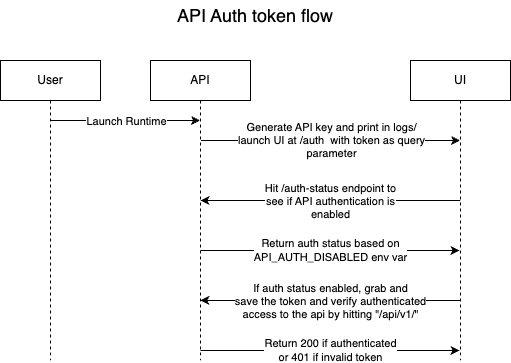
Above: design-docs/images/api-auth-flow.png in defenseunicorns/uds-runtime (draw.io), before the change. Source tidied: cells renumbered, new cells last; positions are measured from the earlier drawing's top-left corner, leaving out a move shared by most shapes. The source it was exported from:
```xml
<mxGraphModel>
  <root>
    <mxCell id="0" />
    <mxCell id="1" parent="0" />
    <mxCell id="2" value="API" style="shape=umlLifeline;perimeter=lifelinePerimeter;whiteSpace=wrap;html=1;outlineConnect=0;portConstraint=eastwest;newEdgeStyle={&quot;edgeStyle&quot;:&quot;elbowEdgeStyle&quot;,&quot;elbow&quot;:&quot;vertical&quot;,&quot;curved&quot;:0,&quot;rounded&quot;:0};" parent="1" vertex="1">
      <mxGeometry x="150" y="60" width="100" height="300" as="geometry" />
    </mxCell>
    <mxCell id="3" value="UI" style="shape=umlLifeline;perimeter=lifelinePerimeter;whiteSpace=wrap;html=1;outlineConnect=0;portConstraint=eastwest;newEdgeStyle={&quot;edgeStyle&quot;:&quot;elbowEdgeStyle&quot;,&quot;elbow&quot;:&quot;vertical&quot;,&quot;curved&quot;:0,&quot;rounded&quot;:0};" parent="1" vertex="1">
      <mxGeometry x="410" y="60" width="100" height="300" as="geometry" />
    </mxCell>
    <mxCell id="4" value="User" style="shape=umlLifeline;perimeter=lifelinePerimeter;whiteSpace=wrap;html=1;newEdgeStyle={&quot;edgeStyle&quot;:&quot;elbowEdgeStyle&quot;,&quot;elbow&quot;:&quot;vertical&quot;,&quot;curved&quot;:0,&quot;rounded&quot;:0};" parent="1" vertex="1">
      <mxGeometry y="60" width="100" height="300" as="geometry" />
    </mxCell>
    <mxCell id="5" style="endArrow=classic;html=1;rounded=0;" parent="1" edge="1" target="2">
      <mxGeometry relative="1" as="geometry">
        <mxPoint x="50" y="120" as="sourcePoint" />
      </mxGeometry>
    </mxCell>
    <mxCell id="6" value="Launch Runtime" style="edgeLabel;html=1;align=center;verticalAlign=middle;" parent="5" vertex="1">
      <mxGeometry relative="1" as="geometry" />
    </mxCell>
    <mxCell id="7" value="Generate API key and print in logs/&lt;br&gt;launch UI at /auth&amp;nbsp; with token as query&lt;br&gt;parameter" style="endArrow=classic;html=1;rounded=0;" parent="1" edge="1" target="3">
      <mxGeometry relative="1" as="geometry">
        <mxPoint x="200.5" y="140" as="sourcePoint" />
      </mxGeometry>
    </mxCell>
    <mxCell id="8" value="&lt;span style=&quot;color: rgba(0, 0, 0, 0); font-family: monospace; font-size: 0px; text-align: start; background-color: rgb(248, 249, 250);&quot;&gt;%3CmxGraphModel%3E%3Croot%3E%3CmxCell%20id%3D%220%22%2F%3E%3CmxCell%20id%3D%221%22%20parent%3D%220%22%2F%3E%3CmxCell%20id%3D%222%22%20value%3D%22%22%20style%3D%22endArrow%3Dclassic%3Bhtml%3D1%3Brounded%3D0%3B%22%20edge%3D%221%22%20parent%3D%221%22%3E%3CmxGeometry%20relative%3D%221%22%20as%3D%22geometry%22%3E%3CmxPoint%20x%3D%2290%22%20y%3D%22100%22%20as%3D%22sourcePoint%22%2F%3E%3CmxPoint%20x%3D%22309.5%22%20y%3D%22100%22%20as%3D%22targetPoint%22%2F%3E%3C%2FmxGeometry%3E%3C%2FmxCell%3E%3CmxCell%20id%3D%223%22%20value%3D%22Launch%20Runtime%22%20style%3D%22edgeLabel%3Bresizable%3D0%3Bhtml%3D1%3Balign%3Dcenter%3BverticalAlign%3Dmiddle%3B%22%20connectable%3D%220%22%20vertex%3D%221%22%20parent%3D%222%22%3E%3CmxGeometry%20relative%3D%221%22%20as%3D%22geometry%22%2F%3E%3C%2FmxCell%3E%3C%2Froot%3E%3C%2FmxGraphModel%3L&lt;/span&gt;" style="edgeLabel;html=1;align=center;verticalAlign=middle;" parent="7" vertex="1">
      <mxGeometry relative="1" as="geometry" />
    </mxCell>
    <mxCell id="9" style="endArrow=classic;html=1;rounded=0;" parent="1" edge="1">
      <mxGeometry relative="1" as="geometry">
        <mxPoint x="459.5" y="300" as="sourcePoint" />
        <mxPoint x="199.8" y="300" as="targetPoint" />
        <Array as="points">
          <mxPoint x="430" y="300" />
        </Array>
      </mxGeometry>
    </mxCell>
    <mxCell id="10" value="If auth status enabled, grab and &lt;br&gt;save the token and verify authenticated &lt;br&gt;access to the api by hitting &quot;/api/v1/&quot;" style="edgeLabel;html=1;align=center;verticalAlign=middle;" parent="9" vertex="1">
      <mxGeometry relative="1" as="geometry" />
    </mxCell>
    <mxCell id="11" value="Return 200 if authenticated &lt;br&gt;or 401 if invalid token" style="endArrow=classic;html=1;rounded=0;" parent="1" edge="1">
      <mxGeometry relative="1" as="geometry">
        <mxPoint x="200" y="350" as="sourcePoint" />
        <mxPoint x="459" y="350" as="targetPoint" />
      </mxGeometry>
    </mxCell>
    <mxCell id="12" value="&lt;span style=&quot;color: rgba(0, 0, 0, 0); font-family: monospace; font-size: 0px; text-align: start; background-color: rgb(248, 249, 250);&quot;&gt;%3CmxGraphModel%3E%3Croot%3E%3CmxCell%20id%3D%220%22%2F%3E%3CmxCell%20id%3D%221%22%20parent%3D%220%22%2F%3E%3CmxCell%20id%3D%222%22%20value%3D%22%22%20style%3D%22endArrow%3Dclassic%3Bhtml%3D1%3Brounded%3D0%3B%22%20edge%3D%221%22%20parent%3D%221%22%3E%3CmxGeometry%20relative%3D%221%22%20as%3D%22geometry%22%3E%3CmxPoint%20x%3D%2290%22%20y%3D%22100%22%20as%3D%22sourcePoint%22%2F%3E%3CmxPoint%20x%3D%22309.5%22%20y%3D%22100%22%20as%3D%22targetPoint%22%2F%3E%3C%2FmxGeometry%3E%3C%2FmxCell%3E%3CmxCell%20id%3D%223%22%20value%3D%22Launch%20Runtime%22%20style%3D%22edgeLabel%3Bresizable%3D0%3Bhtml%3D1%3Balign%3Dcenter%3BverticalAlign%3Dmiddle%3B%22%20connectable%3D%220%22%20vertex%3D%221%22%20parent%3D%222%22%3E%3CmxGeometry%20relative%3D%221%22%20as%3D%22geometry%22%2F%3E%3C%2FmxCell%3E%3C%2Froot%3E%3C%2FmxGraphModel%3L&lt;/span&gt;" style="edgeLabel;html=1;align=center;verticalAlign=middle;" parent="11" vertex="1">
      <mxGeometry relative="1" as="geometry" />
    </mxCell>
    <mxCell id="13" value="API Auth token flow" style="text;html=1;align=center;verticalAlign=middle;whiteSpace=wrap;rounded=0;fontSize=18;" parent="1" vertex="1">
      <mxGeometry x="140" width="230" height="30" as="geometry" />
    </mxCell>
    <mxCell id="14" style="endArrow=classic;html=1;rounded=0;" parent="1" edge="1">
      <mxGeometry relative="1" as="geometry">
        <mxPoint x="459.7" y="200" as="sourcePoint" />
        <mxPoint x="200" y="200" as="targetPoint" />
        <Array as="points">
          <mxPoint x="430.2" y="200" />
        </Array>
      </mxGeometry>
    </mxCell>
    <mxCell id="15" value="Hit /auth-status endpoint to&lt;br&gt;see if API authentication is&lt;br&gt;enabled" style="edgeLabel;html=1;align=center;verticalAlign=middle;" parent="14" vertex="1">
      <mxGeometry relative="1" as="geometry" />
    </mxCell>
    <mxCell id="16" value="Return auth status based on &lt;br&gt;API_AUTH_DISABLED env var" style="endArrow=classic;html=1;rounded=0;" parent="1" edge="1">
      <mxGeometry relative="1" as="geometry">
        <mxPoint x="200" y="250" as="sourcePoint" />
        <mxPoint x="459" y="250" as="targetPoint" />
      </mxGeometry>
    </mxCell>
    <mxCell id="17" value="&lt;span style=&quot;color: rgba(0, 0, 0, 0); font-family: monospace; font-size: 0px; text-align: start; background-color: rgb(248, 249, 250);&quot;&gt;%3CmxGraphModel%3E%3Croot%3E%3CmxCell%20id%3D%220%22%2F%3E%3CmxCell%20id%3D%221%22%20parent%3D%220%22%2F%3E%3CmxCell%20id%3D%222%22%20value%3D%22%22%20style%3D%22endArrow%3Dclassic%3Bhtml%3D1%3Brounded%3D0%3B%22%20edge%3D%221%22%20parent%3D%221%22%3E%3CmxGeometry%20relative%3D%221%22%20as%3D%22geometry%22%3E%3CmxPoint%20x%3D%2290%22%20y%3D%22100%22%20as%3D%22sourcePoint%22%2F%3E%3CmxPoint%20x%3D%22309.5%22%20y%3D%22100%22%20as%3D%22targetPoint%22%2F%3E%3C%2FmxGeometry%3E%3C%2FmxCell%3E%3CmxCell%20id%3D%223%22%20value%3D%22Launch%20Runtime%22%20style%3D%22edgeLabel%3Bresizable%3D0%3Bhtml%3D1%3Balign%3Dcenter%3BverticalAlign%3Dmiddle%3B%22%20connectable%3D%220%22%20vertex%3D%221%22%20parent%3D%222%22%3E%3CmxGeometry%20relative%3D%221%22%20as%3D%22geometry%22%2F%3E%3C%2FmxCell%3E%3C%2Froot%3E%3C%2FmxGraphModel%3L&lt;/span&gt;" style="edgeLabel;html=1;align=center;verticalAlign=middle;" parent="16" vertex="1">
      <mxGeometry relative="1" as="geometry" />
    </mxCell>
  </root>
</mxGraphModel>
```
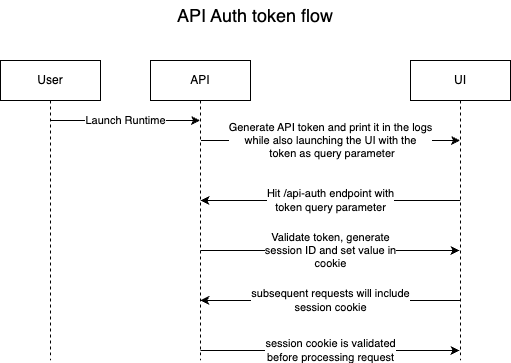
Later version of the same file.

Commit message:
review updates and img

The edit, as a diff of the source:
```diff
@@ -19,7 +19,7 @@
     <mxCell id="6" value="Launch Runtime" style="edgeLabel;html=1;align=center;verticalAlign=middle;" parent="5" vertex="1">
       <mxGeometry relative="1" as="geometry" />
     </mxCell>
-    <mxCell id="7" value="Generate API key and print in logs/&lt;br&gt;launch UI at /auth&amp;nbsp; with token as query&lt;br&gt;parameter" style="endArrow=classic;html=1;rounded=0;" parent="1" edge="1" target="3">
+    <mxCell id="7" value="Generate API token and print it in the logs&lt;br&gt;while also launching the UI&amp;nbsp;with the&lt;br&gt;&amp;nbsp;token as query parameter" style="endArrow=classic;html=1;rounded=0;" parent="1" edge="1" target="3">
       <mxGeometry relative="1" as="geometry">
         <mxPoint x="200.5" y="140" as="sourcePoint" />
       </mxGeometry>
@@ -36,10 +36,10 @@
         </Array>
       </mxGeometry>
     </mxCell>
-    <mxCell id="10" value="If auth status enabled, grab and &lt;br&gt;save the token and verify authenticated &lt;br&gt;access to the api by hitting &quot;/api/v1/&quot;" style="edgeLabel;html=1;align=center;verticalAlign=middle;" parent="9" vertex="1">
+    <mxCell id="10" value="subsequent requests will include&lt;br&gt;session cookie" style="edgeLabel;html=1;align=center;verticalAlign=middle;" parent="9" vertex="1">
       <mxGeometry relative="1" as="geometry" />
     </mxCell>
-    <mxCell id="11" value="Return 200 if authenticated &lt;br&gt;or 401 if invalid token" style="endArrow=classic;html=1;rounded=0;" parent="1" edge="1">
+    <mxCell id="11" value="session cookie is validated&lt;br&gt;before processing request" style="endArrow=classic;html=1;rounded=0;" parent="1" edge="1">
       <mxGeometry relative="1" as="geometry">
         <mxPoint x="200" y="350" as="sourcePoint" />
         <mxPoint x="459" y="350" as="targetPoint" />
@@ -60,10 +60,10 @@
         </Array>
       </mxGeometry>
     </mxCell>
-    <mxCell id="15" value="Hit /auth-status endpoint to&lt;br&gt;see if API authentication is&lt;br&gt;enabled" style="edgeLabel;html=1;align=center;verticalAlign=middle;" parent="14" vertex="1">
+    <mxCell id="15" value="Hit /api-auth endpoint with &lt;br&gt;token query parameter" style="edgeLabel;html=1;align=center;verticalAlign=middle;" parent="14" vertex="1">
       <mxGeometry relative="1" as="geometry" />
     </mxCell>
-    <mxCell id="16" value="Return auth status based on &lt;br&gt;API_AUTH_DISABLED env var" style="endArrow=classic;html=1;rounded=0;" parent="1" edge="1">
+    <mxCell id="16" value="Validate token, generate&lt;br&gt;session ID and set value in&lt;br&gt;cookie" style="endArrow=classic;html=1;rounded=0;" parent="1" edge="1">
       <mxGeometry relative="1" as="geometry">
         <mxPoint x="200" y="250" as="sourcePoint" />
         <mxPoint x="459" y="250" as="targetPoint" />
```
